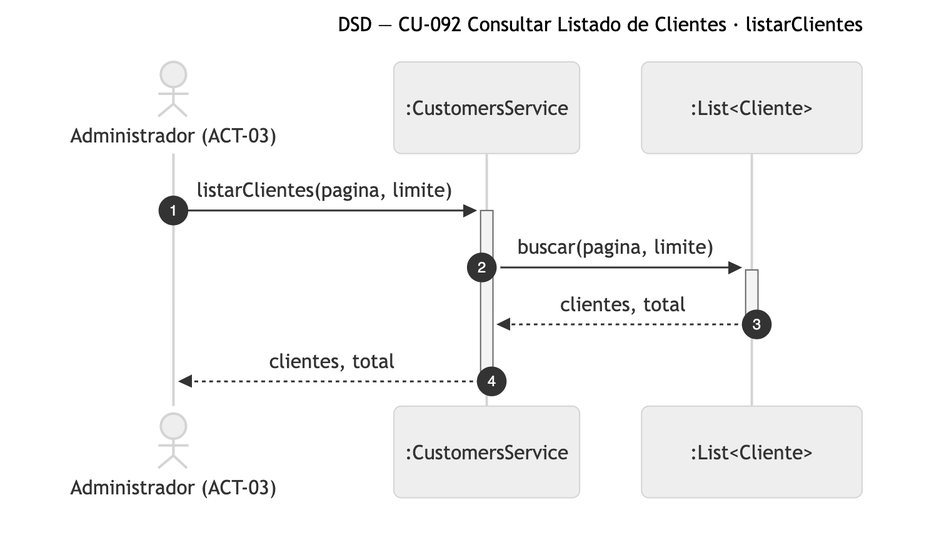
The Mermaid diagram diagramas/png/DSD_CU-092_listarClientes.png in Nahuelito-Dev/splg-docs, before a commit. Its source is kept beside it as diagramas/DSD_CU-092_listarClientes.mmd. The source it was exported from:
```mermaid
sequenceDiagram
    title DSD — CU-092 Consultar Listado de Clientes · listarClientes
    autonumber
    actor ADM as Administrador (ACT-03)
    participant SRV as :CustomersService
    participant LST as :List#lt;Cliente#gt;

    ADM->>+SRV: listarClientes(pagina, limite)
    SRV->>+LST: buscar(pagina, limite)
    LST-->>-SRV: clientes, total
    SRV-->>-ADM: clientes, total
```
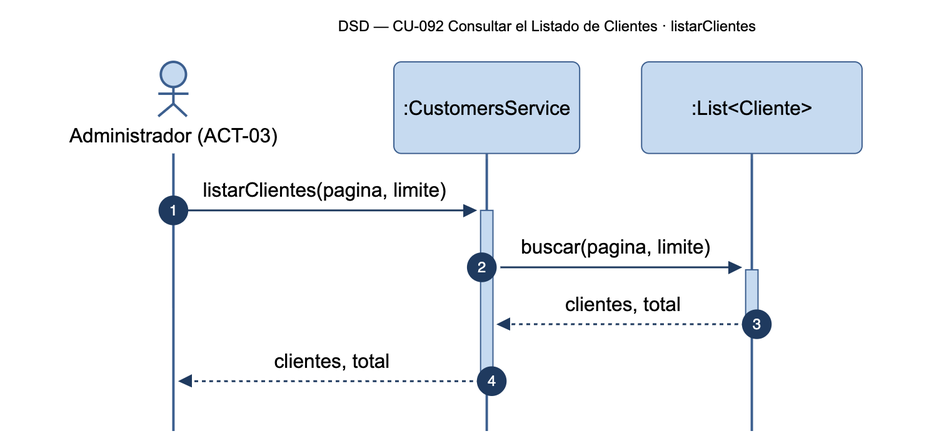
Later version of the same file.

What changed in the source:
```diff
@@ -1,5 +1,5 @@
 sequenceDiagram
-    title DSD — CU-092 Consultar Listado de Clientes · listarClientes
+    title DSD — CU-092 Consultar el Listado de Clientes · listarClientes
     autonumber
     actor ADM as Administrador (ACT-03)
     participant SRV as :CustomersService
```
